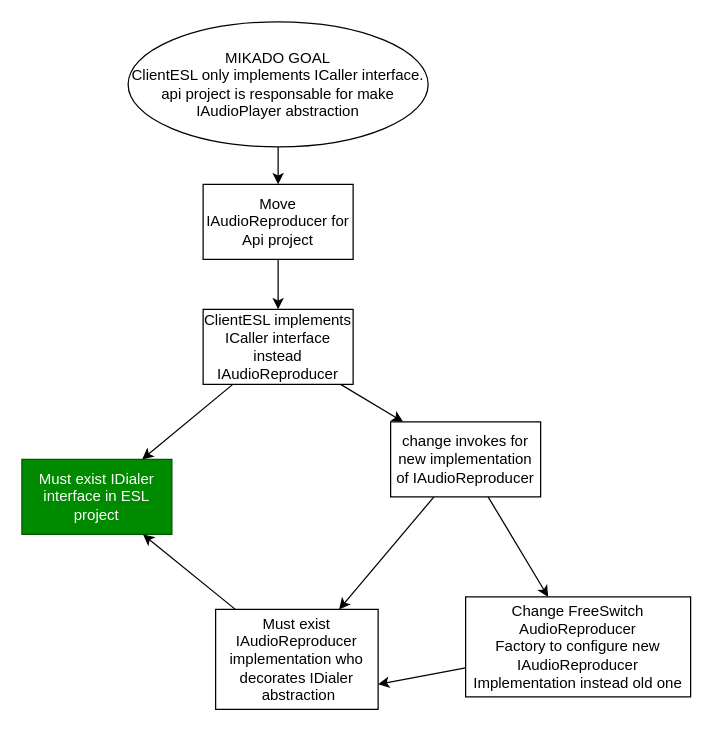
This is Docs/MikadoGraphs/AudioPlayerDecoratorRefactoring.drawio from Camilo716/AutoCalls, a draw.io file, before an edit. Source tidied: cells renumbered, new cells numbered last; positions are measured from the earlier drawing's top-left corner, leaving out a move shared by most shapes. Both pictures are drawn from the tidied source at 125%, with x=0, y=0 at pixel (21, 21).
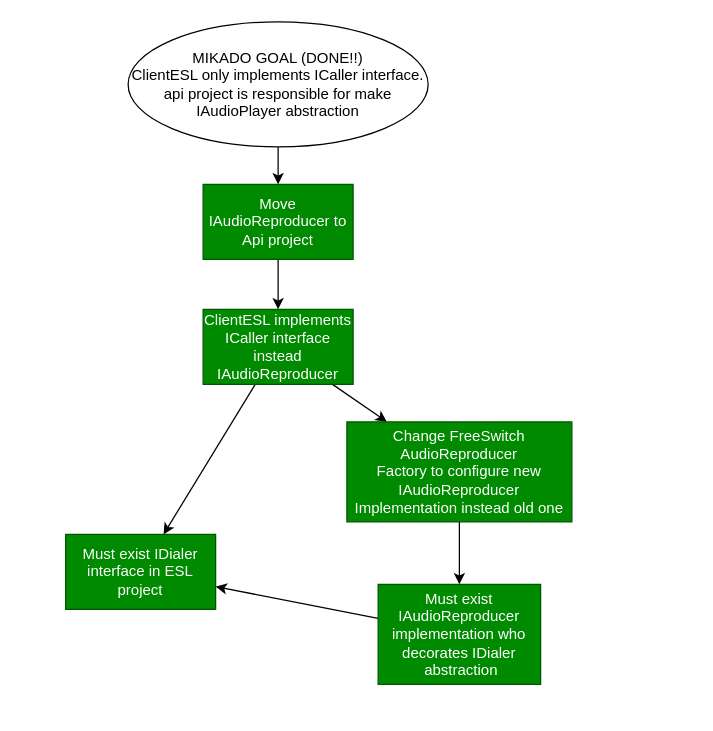
The same diagram, later.

Commit message (it also covers changes not shown here):
Mikado goal achieved: API project is responsible for make IAudioPlayer abstraction

Change to the diagram source:
```diff
@@
 <mxGraphModel>
   <root>
     <mxCell id="0" />
     <mxCell id="1" parent="0" />
     <mxCell id="2" style="edgeStyle=none;html=1;" parent="1" edge="1" source="3" target="9">
       <mxGeometry relative="1" as="geometry" />
     </mxCell>
-    <mxCell id="3" value="MIKADO GOAL&lt;br&gt;ClientESL only implements ICaller interface. api project is responsable for make IAudioPlayer abstraction&lt;br&gt;" style="ellipse;whiteSpace=wrap;html=1;" parent="1" vertex="1">
+    <mxCell id="3" value="MIKADO GOAL (DONE!!)&lt;br&gt;ClientESL only implements ICaller interface. api project is responsible for make IAudioPlayer abstraction" style="ellipse;whiteSpace=wrap;html=1;" parent="1" vertex="1">
       <mxGeometry x="85" width="240" height="100" as="geometry" />
     </mxCell>
     <mxCell id="4" style="edgeStyle=none;html=1;" parent="1" edge="1" source="6" target="7">
       <mxGeometry relative="1" as="geometry" />
     </mxCell>
-    <mxCell id="5" style="edgeStyle=none;html=1;" parent="1" edge="1" source="6" target="12">
+    <mxCell id="5" style="edgeStyle=none;html=1;" parent="1" edge="1" source="6" target="16">
       <mxGeometry relative="1" as="geometry" />
     </mxCell>
-    <mxCell id="6" value="ClientESL implements ICaller interface instead IAudioReproducer" style="whiteSpace=wrap;html=1;" parent="1" vertex="1">
+    <mxCell id="6" value="ClientESL implements ICaller interface instead IAudioReproducer" style="whiteSpace=wrap;html=1;fillColor=#008a00;fontColor=#ffffff;strokeColor=#005700;" parent="1" vertex="1">
       <mxGeometry x="145" y="230" width="120" height="60" as="geometry" />
     </mxCell>
     <mxCell id="7" value="Must exist IDialer interface in ESL project" style="whiteSpace=wrap;html=1;fillColor=#008a00;fontColor=#ffffff;strokeColor=#005700;" parent="1" vertex="1">
-      <mxGeometry y="350" width="120" height="60" as="geometry" />
+      <mxGeometry x="35" y="410" width="120" height="60" as="geometry" />
     </mxCell>
     <mxCell id="8" style="edgeStyle=none;html=1;" parent="1" edge="1" source="9" target="6">
       <mxGeometry relative="1" as="geometry" />
     </mxCell>
-    <mxCell id="9" value="Move IAudioReproducer for Api project" style="whiteSpace=wrap;html=1;" parent="1" vertex="1">
+    <mxCell id="9" value="Move IAudioReproducer to Api project" style="whiteSpace=wrap;html=1;fillColor=#008a00;fontColor=#ffffff;strokeColor=#005700;" parent="1" vertex="1">
       <mxGeometry x="145" y="130" width="120" height="60" as="geometry" />
     </mxCell>
-    <mxCell id="10" style="edgeStyle=none;html=1;" parent="1" edge="1" source="12" target="14">
-      <mxGeometry relative="1" as="geometry" />
-    </mxCell>
-    <mxCell id="11" style="edgeStyle=none;html=1;" parent="1" edge="1" source="12" target="16">
-      <mxGeometry relative="1" as="geometry" />
-    </mxCell>
-    <mxCell id="12" value="change invokes for new implementation of IAudioReproducer" style="whiteSpace=wrap;html=1;" parent="1" vertex="1">
-      <mxGeometry x="295" y="320" width="120" height="60" as="geometry" />
-    </mxCell>
     <mxCell id="13" style="edgeStyle=none;html=1;" parent="1" edge="1" source="14" target="7">
       <mxGeometry relative="1" as="geometry" />
     </mxCell>
-    <mxCell id="14" value="Must exist IAudioReproducer implementation who decorates IDialer&lt;br&gt;&amp;nbsp;abstraction" style="whiteSpace=wrap;html=1;" parent="1" vertex="1">
-      <mxGeometry x="155" y="470" width="130" height="80" as="geometry" />
+    <mxCell id="14" value="Must exist IAudioReproducer implementation who decorates IDialer&lt;br&gt;&amp;nbsp;abstraction" style="whiteSpace=wrap;html=1;fillColor=#008a00;fontColor=#ffffff;strokeColor=#005700;" parent="1" vertex="1">
+      <mxGeometry x="285" y="450" width="130" height="80" as="geometry" />
     </mxCell>
-    <mxCell id="15" style="edgeStyle=none;html=1;entryX=1;entryY=0.75;entryDx=0;entryDy=0;" parent="1" edge="1" source="16" target="14">
+    <mxCell id="15" style="edgeStyle=none;html=1;exitX=0.5;exitY=1;exitDx=0;exitDy=0;" parent="1" edge="1" source="16" target="14">
       <mxGeometry relative="1" as="geometry" />
     </mxCell>
-    <mxCell id="16" value="Change FreeSwitch AudioReproducer&lt;br&gt;Factory to configure new IAudioReproducer Implementation instead old one" style="whiteSpace=wrap;html=1;" parent="1" vertex="1">
-      <mxGeometry x="355" y="460" width="180" height="80" as="geometry" />
+    <mxCell id="16" value="Change FreeSwitch AudioReproducer&lt;br&gt;Factory to configure new IAudioReproducer Implementation instead old one" style="whiteSpace=wrap;html=1;fillColor=#008a00;fontColor=#ffffff;strokeColor=#005700;" parent="1" vertex="1">
+      <mxGeometry x="260" y="320" width="180" height="80" as="geometry" />
     </mxCell>
   </root>
 </mxGraphModel>
```
